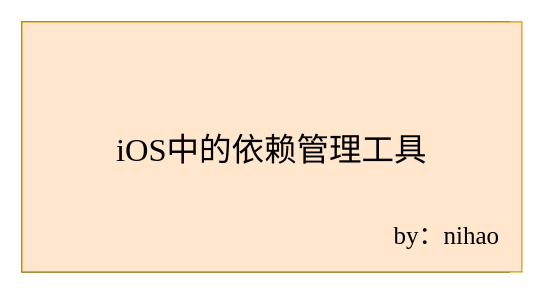
Above: iOS中的依赖管理工具.drawio in xuhaodong1/DrawIO (draw.io), before the change. Source tidied: cells renumbered, new cells numbered last; positions are measured from the earlier drawing's top-left corner, leaving out a move shared by most shapes. Both pictures are drawn from the tidied source at 125%, with x=0, y=0 at pixel (21, 21).
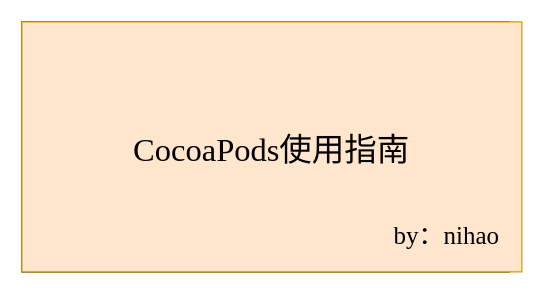
The same diagram, later.

Commit message:
更新iOS中的依赖管理工具.drawio

The edit, as a diff of the source:
```diff
@@
 <mxGraphModel>
   <root>
     <mxCell id="0" />
     <mxCell id="1" parent="0" />
     <mxCell id="2" style="group;fontSize=10;" parent="1" vertex="1">
       <mxGeometry width="400" height="200" as="geometry" />
     </mxCell>
     <mxCell id="3" style="rounded=0;whiteSpace=wrap;html=1;" parent="2" vertex="1">
       <mxGeometry width="390" height="200" as="geometry" />
     </mxCell>
-    <mxCell id="4" value="&lt;font style=&quot;font-size: 26px;&quot;&gt;iOS中的依赖管理工具&lt;/font&gt;" style="text;html=1;strokeColor=#d79b00;fillColor=#ffe6cc;align=center;verticalAlign=middle;whiteSpace=wrap;rounded=0;fontSize=37;fontFamily=Times New Roman;" parent="2" vertex="1">
+    <mxCell id="4" value="&lt;font style=&quot;font-size: 26px;&quot;&gt;CocoaPods使用指南&lt;/font&gt;" style="text;html=1;strokeColor=#d79b00;fillColor=#ffe6cc;align=center;verticalAlign=middle;whiteSpace=wrap;rounded=0;fontSize=37;fontFamily=Times New Roman;" parent="2" vertex="1">
       <mxGeometry width="400" height="200" as="geometry" />
     </mxCell>
     <mxCell id="5" value="by：nihao" style="text;html=1;strokeColor=none;fillColor=none;align=center;verticalAlign=middle;whiteSpace=wrap;rounded=0;fontFamily=Times New Roman;fontSize=20;" parent="2" vertex="1">
       <mxGeometry x="290" y="150" width="100" height="40" as="geometry" />
     </mxCell>
   </root>
 </mxGraphModel>
```
